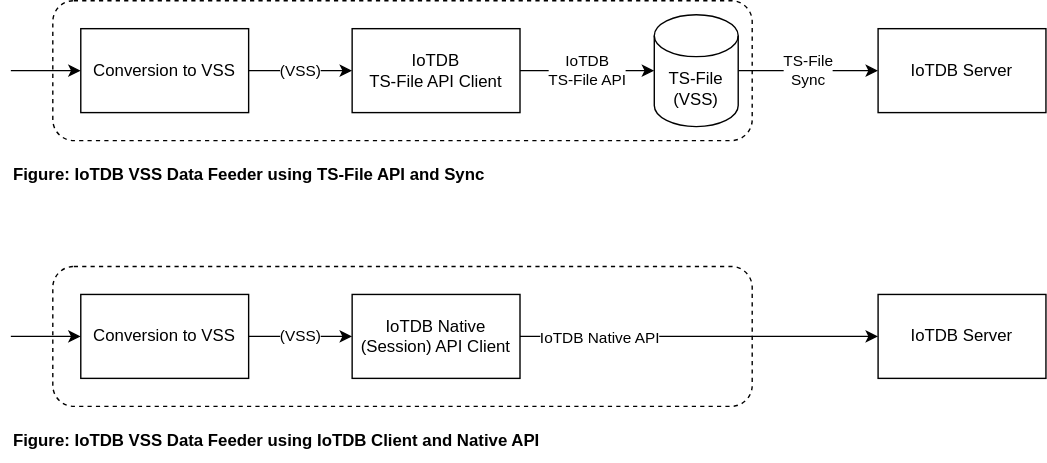
Before: in-vehicle-storage/apache-iotdb/doc/apache-iotdb-data-methods.drawio.svg, a diagram exported from draw.io (slawr/vss-otaku). Source tidied: cells renumbered, new cells last; positions are measured from the earlier drawing's top-left corner, leaving out a move shared by most shapes.
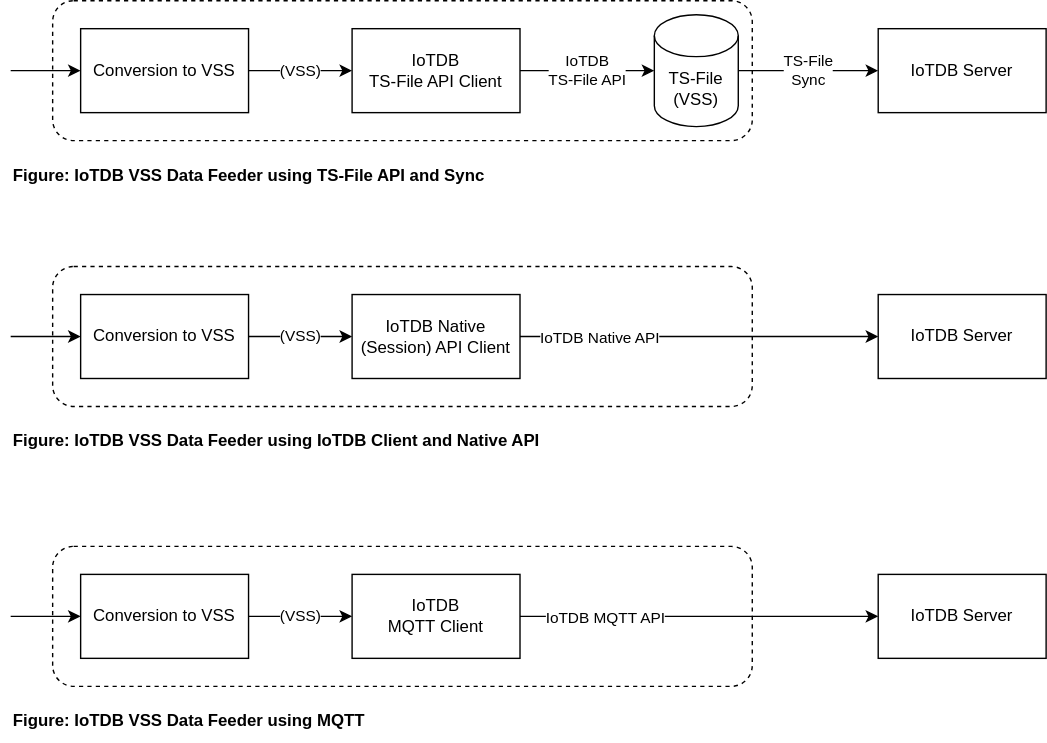
After the change.

Commit message:
in-vehicle storage: add MQTT to design pattern

Apache IoTDB v0.13x introduced an MQTT Broker to the server.
Extend the design pattern to allow for that possibility.

Diff of the diagram source:
```diff
@@ -68,5 +68,39 @@
     <mxCell id="21" value="IoTDB Server" style="rounded=0;whiteSpace=wrap;html=1;" parent="1" vertex="1">
       <mxGeometry x="620" y="210" width="120" height="60" as="geometry" />
     </mxCell>
+    <mxCell id="22" style="edgeStyle=orthogonalEdgeStyle;html=1;exitX=0;exitY=0.5;exitDx=0;exitDy=0;entryX=0;entryY=0.5;entryDx=0;entryDy=0;" parent="1" edge="1" source="31" target="31">
+      <mxGeometry relative="1" as="geometry" />
+    </mxCell>
+    <mxCell id="23" style="rounded=1;whiteSpace=wrap;html=1;dashed=1;" parent="1" vertex="1">
+      <mxGeometry x="30" y="390" width="500" height="100" as="geometry" />
+    </mxCell>
+    <mxCell id="24" style="edgeStyle=orthogonalEdgeStyle;html=1;exitX=1;exitY=0.5;exitDx=0;exitDy=0;align=center;entryX=0;entryY=0.5;entryDx=0;entryDy=0;" parent="1" edge="1" source="28" target="31">
+      <mxGeometry relative="1" as="geometry" />
+    </mxCell>
+    <mxCell id="25" value="IoTDB MQTT API" style="edgeLabel;html=1;align=center;verticalAlign=middle;" parent="24" vertex="1">
+      <mxGeometry x="-0.41" y="-1" relative="1" as="geometry">
+        <mxPoint x="-15" y="-1" as="offset" />
+      </mxGeometry>
+    </mxCell>
+    <mxCell id="26" value="(VSS)" style="edgeStyle=orthogonalEdgeStyle;html=1;" parent="1" edge="1" source="27" target="28">
+      <mxGeometry relative="1" as="geometry" />
+    </mxCell>
+    <mxCell id="27" value="Conversion to VSS" style="rounded=0;whiteSpace=wrap;html=1;" parent="1" vertex="1">
+      <mxGeometry x="50" y="410" width="120" height="60" as="geometry" />
+    </mxCell>
+    <mxCell id="28" value="IoTDB &lt;br&gt;MQTT&amp;nbsp;Client" style="whiteSpace=wrap;html=1;rounded=0;" parent="1" vertex="1">
+      <mxGeometry x="244" y="410" width="120" height="60" as="geometry" />
+    </mxCell>
+    <mxCell id="29" style="endArrow=classic;html=1;entryX=0;entryY=0.5;entryDx=0;entryDy=0;" parent="1" edge="1" target="27">
+      <mxGeometry relative="1" as="geometry">
+        <mxPoint y="440" as="sourcePoint" />
+      </mxGeometry>
+    </mxCell>
+    <mxCell id="30" value="Figure: IoTDB VSS Data Feeder using MQTT" style="text;html=1;strokeColor=none;fillColor=none;align=left;verticalAlign=middle;whiteSpace=wrap;rounded=0;dashed=1;fontStyle=1;" parent="1" vertex="1">
+      <mxGeometry y="500" width="430" height="30" as="geometry" />
+    </mxCell>
+    <mxCell id="31" value="IoTDB Server" style="rounded=0;whiteSpace=wrap;html=1;" parent="1" vertex="1">
+      <mxGeometry x="620" y="410" width="120" height="60" as="geometry" />
+    </mxCell>
   </root>
 </mxGraphModel>
```
